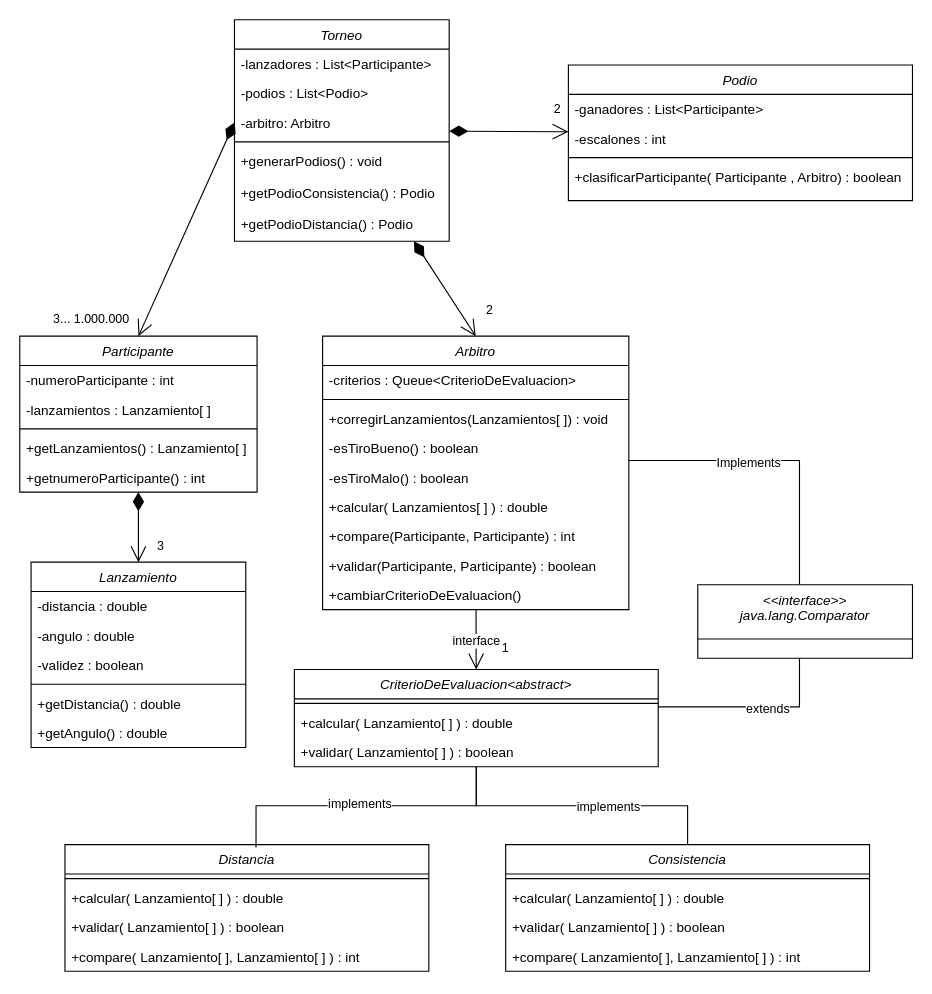
Dami1223/LanzandoELCaber keeps this draw.io diagram as LanzandoCaber/Lanzando el cáber .drawio. Above is the earlier version. Source tidied: cells renumbered, new cells numbered last; positions are measured from the earlier drawing's top-left corner, leaving out a move shared by most shapes. Both pictures are drawn from the tidied source at 113%, with x=0, y=0 at pixel (19, 19).
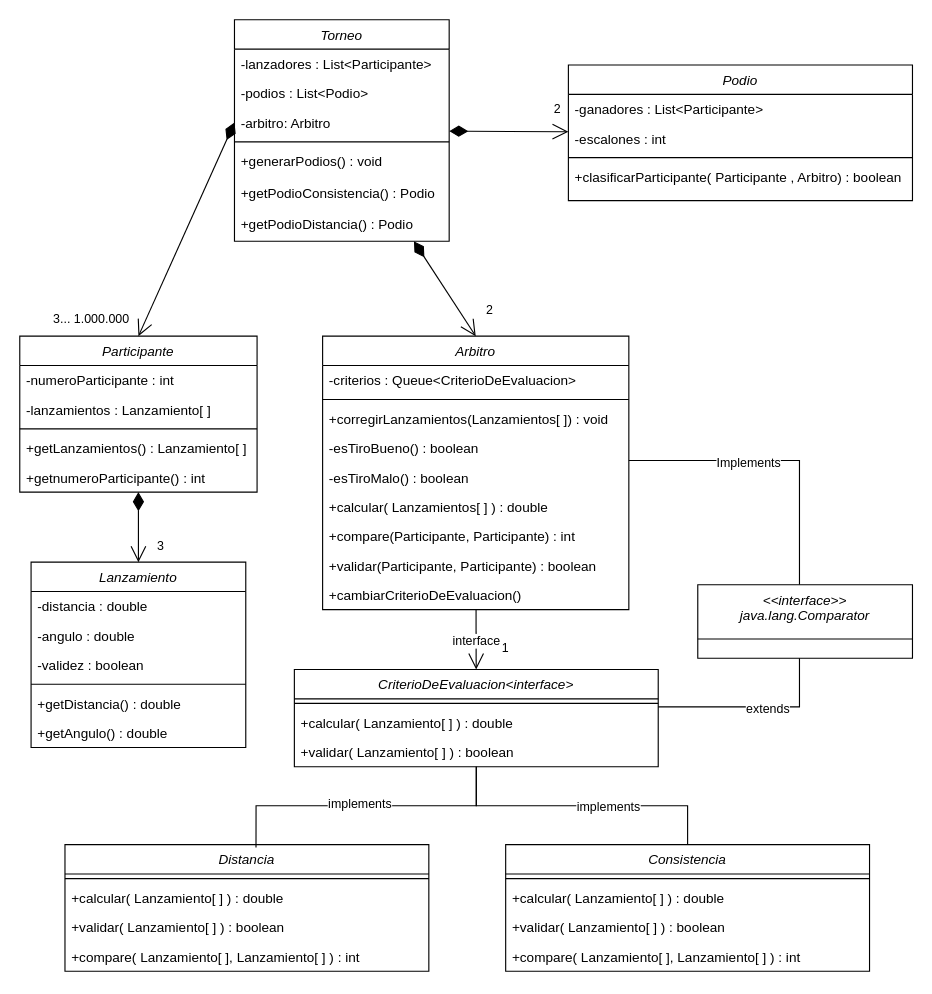
The same diagram, later.

Commit message (it also covers changes not shown here):
Se corrige diagrama de clases y se automatiza la creacion de podios segun la cantidad de criterios

Diff of the diagram source:
```diff
@@
-    <mxCell id="42" value="CriterioDeEvaluacion&lt;abstract&gt;" style="swimlane;fontStyle=2;align=center;verticalAlign=top;horizontal=1;startSize=26;rounded=0;shadow=0;strokeWidth=1;" parent="1" vertex="1">
+    <mxCell id="42" value="CriterioDeEvaluacion&lt;interface&gt;" style="swimlane;fontStyle=2;align=center;verticalAlign=top;horizontal=1;startSize=26;rounded=0;shadow=0;strokeWidth=1;" parent="1" vertex="1">
       <mxGeometry x="243" y="575" width="322" height="86" as="geometry" />
     </mxCell>
```
